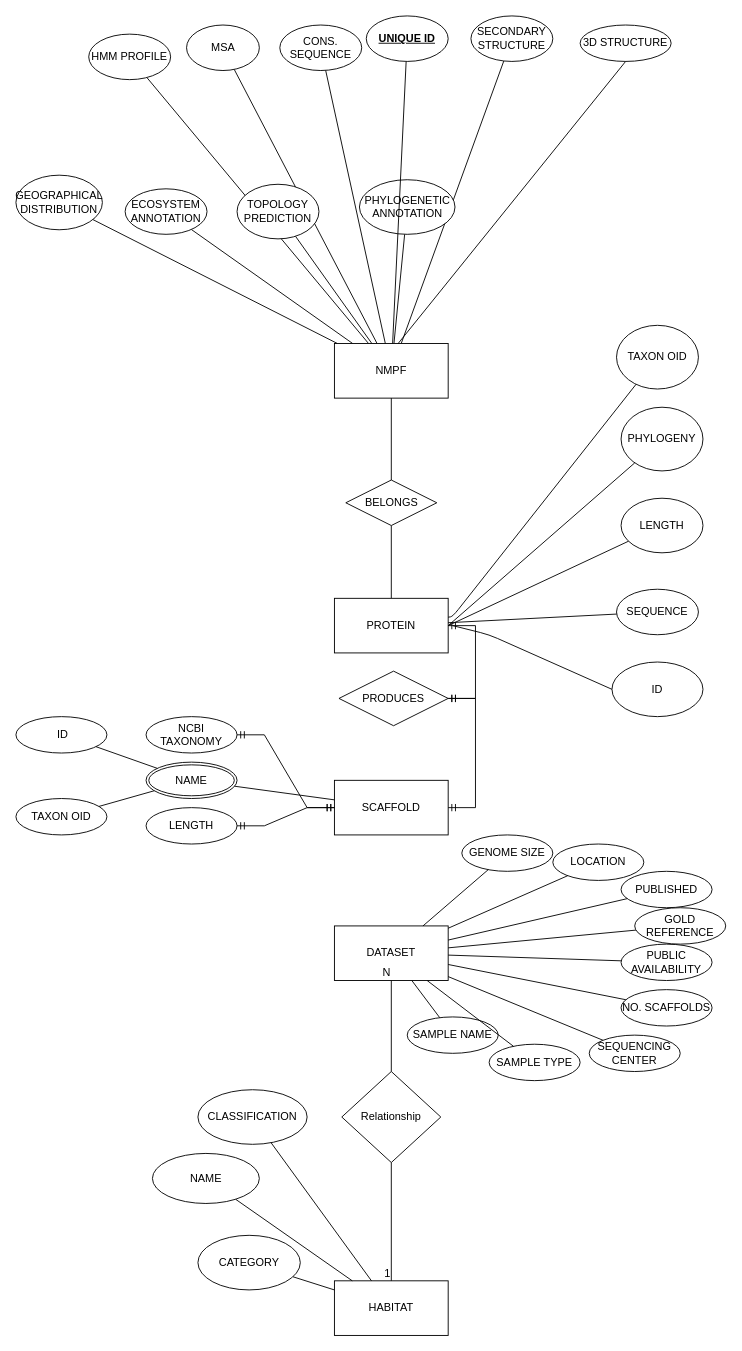
Before: Ανώνυμο διάγραμμα.drawio in IceGreb/db_project, a draw.io diagram. Source tidied: cells renumbered, new cells numbered last; positions are measured from the earlier drawing's top-left corner, leaving out a move shared by most shapes. Both pictures are drawn from the tidied source at 91%, with x=0, y=0 at pixel (15, 15).
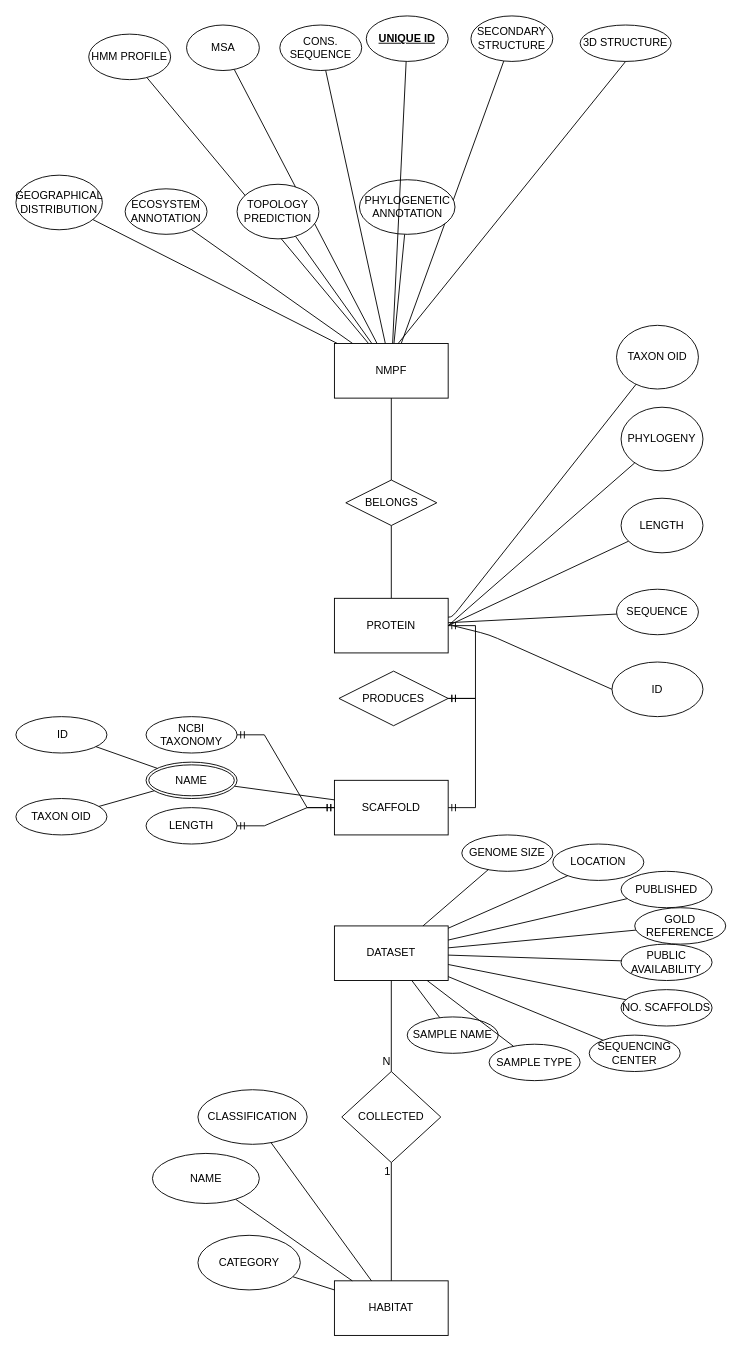
The same page after the edit.

The change refers to these unchanged cells:
```xml
<mxCell id="78" style="endArrow=none;html=1;rounded=0;labelBackgroundColor=none;fontColor=default;fontFamily=Permanent Marker;" parent="1" edge="1" source="77" target="35">
  <mxGeometry relative="1" as="geometry" />
</mxCell>
<mxCell id="80" style="endArrow=none;html=1;rounded=0;labelBackgroundColor=none;labelBorderColor=none;fontColor=default;fontSize=30;" parent="1" edge="1" source="77" target="37">
  <mxGeometry relative="1" as="geometry" />
</mxCell>
```

The edit, as a diff of the source:
```diff
@@
-    <mxCell id="77" value="Relationship" style="shape=rhombus;perimeter=rhombusPerimeter;whiteSpace=wrap;html=1;align=center;direction=south;labelBackgroundColor=none;" parent="1" vertex="1">
+    <mxCell id="77" value="COLLECTED" style="shape=rhombus;perimeter=rhombusPerimeter;whiteSpace=wrap;html=1;align=center;direction=south;labelBackgroundColor=none;" parent="1" vertex="1">
       <mxGeometry x="358.1" y="1160" width="108.8" height="100" as="geometry" />
     </mxCell>
@@
     <mxCell id="79" value="1" style="html=1;whiteSpace=wrap;align=right;verticalAlign=bottom;labelBackgroundColor=none;" parent="78" vertex="1">
-      <mxGeometry x="1" relative="1" as="geometry" />
+      <mxGeometry x="1" relative="1" as="geometry">
+        <mxPoint y="-112" as="offset" />
+      </mxGeometry>
     </mxCell>
@@
     <mxCell id="81" value="N" style="html=1;whiteSpace=wrap;align=right;verticalAlign=bottom;labelBackgroundColor=none;" parent="80" vertex="1">
-      <mxGeometry x="1" relative="1" as="geometry" />
+      <mxGeometry x="1" relative="1" as="geometry">
+        <mxPoint y="97" as="offset" />
+      </mxGeometry>
     </mxCell>
```
